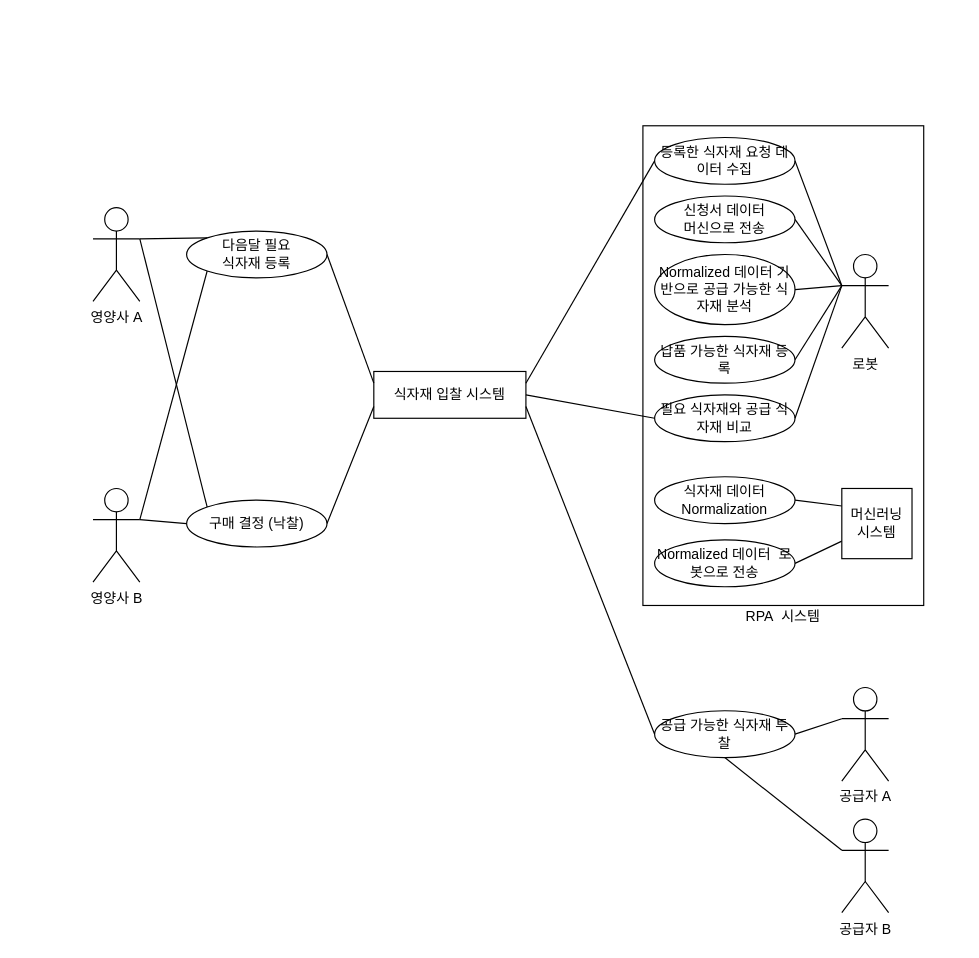
The draw.io diagram Capstone_Usecase.drawio in PARKJUHONG123/Capstone-Project-1, before the edit. Source tidied: cells renumbered, new cells numbered last; positions are measured from the earlier drawing's top-left corner, leaving out a move shared by most shapes. Both pictures are drawn from the tidied source at 117%, with x=0, y=0 at pixel (92, 125).
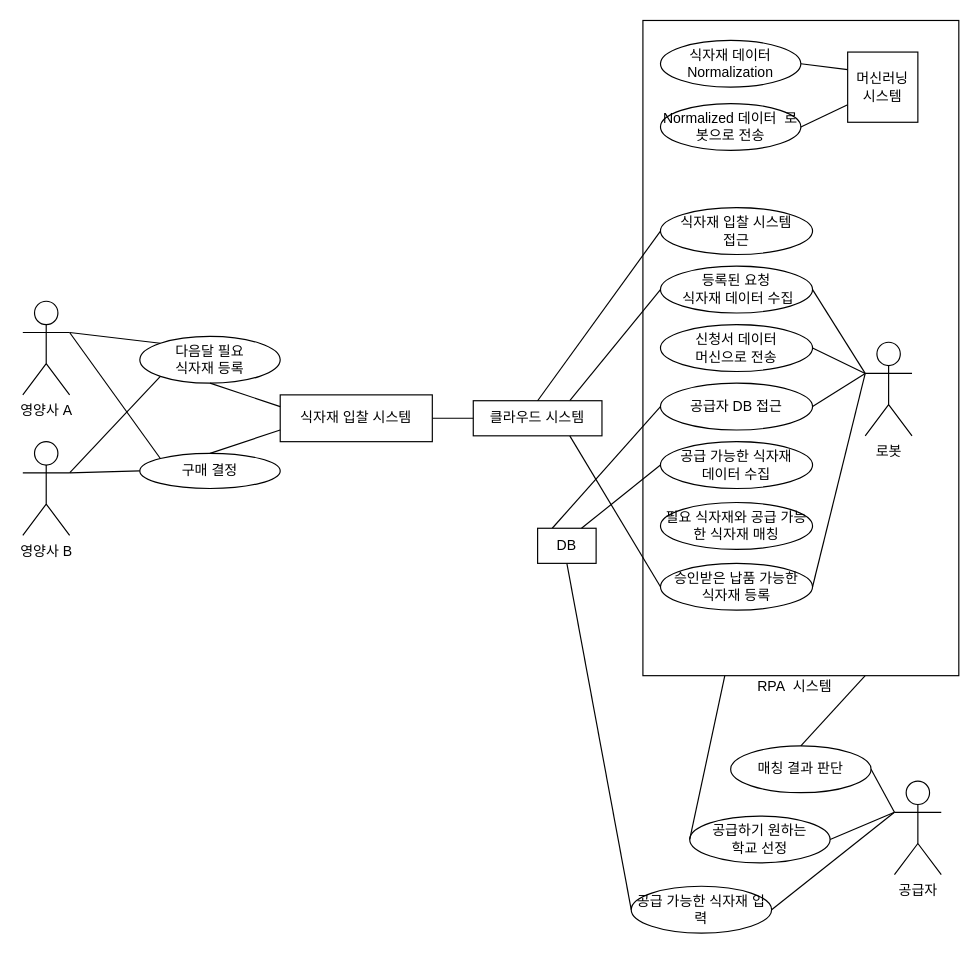
After the change.

The edit, as a diff of the source:
```diff
@@
     <mxCell id="2" style="rounded=0;whiteSpace=wrap;html=1;" parent="1" vertex="1">
-      <mxGeometry x="470" width="240" height="410" as="geometry" />
+      <mxGeometry x="470" y="-90" width="270" height="560" as="geometry" />
     </mxCell>
     <mxCell id="3" value="영양사 B" style="shape=umlActor;verticalLabelPosition=bottom;labelBackgroundColor=#ffffff;verticalAlign=top;html=1;outlineConnect=0;" parent="1" vertex="1">
-      <mxGeometry y="310" width="40" height="80" as="geometry" />
+      <mxGeometry x="-60" y="270" width="40" height="80" as="geometry" />
     </mxCell>
     <mxCell id="4" value="식자재 입찰 시스템" style="rounded=0;whiteSpace=wrap;html=1;" parent="1" vertex="1">
-      <mxGeometry x="240" y="210" width="130" height="40" as="geometry" />
+      <mxGeometry x="160" y="230" width="130" height="40" as="geometry" />
     </mxCell>
-    <mxCell id="5" value="납품 가능한 식자재 등록" style="ellipse;whiteSpace=wrap;html=1;" parent="1" vertex="1">
-      <mxGeometry x="480" y="180" width="120" height="40" as="geometry" />
+    <mxCell id="5" value="승인받은 납품 가능한 &lt;br&gt;식자재 등록" style="ellipse;whiteSpace=wrap;html=1;" parent="1" vertex="1">
+      <mxGeometry x="485" y="374" width="130" height="40" as="geometry" />
     </mxCell>
     <mxCell id="6" value="Normalized 데이터&amp;nbsp; 로봇으로 전송" style="ellipse;whiteSpace=wrap;html=1;" parent="1" vertex="1">
-      <mxGeometry x="480" y="354" width="120" height="40" as="geometry" />
+      <mxGeometry x="485" y="-19" width="120" height="40" as="geometry" />
     </mxCell>
-    <mxCell id="7" value="등록한 식자재 요청 데이터 수집" style="ellipse;whiteSpace=wrap;html=1;" parent="1" vertex="1">
-      <mxGeometry x="480" y="10" width="120" height="40" as="geometry" />
+    <mxCell id="7" value="등록된 요청&lt;br&gt;&amp;nbsp;식자재 데이터 수집" style="ellipse;whiteSpace=wrap;html=1;" parent="1" vertex="1">
+      <mxGeometry x="485" y="120" width="130" height="40" as="geometry" />
     </mxCell>
     <mxCell id="8" value="식자재 데이터Normalization" style="ellipse;whiteSpace=wrap;html=1;" parent="1" vertex="1">
-      <mxGeometry x="480" y="300" width="120" height="40" as="geometry" />
+      <mxGeometry x="485" y="-73" width="120" height="40" as="geometry" />
     </mxCell>
     <mxCell id="9" value="다음달 필요&lt;br&gt;식자재 등록" style="ellipse;whiteSpace=wrap;html=1;" parent="1" vertex="1">
-      <mxGeometry x="80" y="90" width="120" height="40" as="geometry" />
+      <mxGeometry x="40" y="180" width="120" height="40" as="geometry" />
     </mxCell>
@@
     <mxCell id="11" value="영양사 A" style="shape=umlActor;verticalLabelPosition=bottom;labelBackgroundColor=#ffffff;verticalAlign=top;html=1;outlineConnect=0;" parent="1" vertex="1">
-      <mxGeometry y="70" width="40" height="80" as="geometry" />
+      <mxGeometry x="-60" y="150" width="40" height="80" as="geometry" />
     </mxCell>
@@
     <mxCell id="13" value="로봇" style="shape=umlActor;verticalLabelPosition=bottom;labelBackgroundColor=#ffffff;verticalAlign=top;html=1;outlineConnect=0;" parent="1" vertex="1">
-      <mxGeometry x="640" y="110" width="40" height="80" as="geometry" />
+      <mxGeometry x="660" y="185" width="40" height="80" as="geometry" />
     </mxCell>
@@
-    <mxCell id="18" value="공급자 A" style="shape=umlActor;verticalLabelPosition=bottom;labelBackgroundColor=#ffffff;verticalAlign=top;html=1;outlineConnect=0;" parent="1" vertex="1">
-      <mxGeometry x="640" y="480.1" width="40" height="80" as="geometry" />
+    <mxCell id="18" value="공급자" style="shape=umlActor;verticalLabelPosition=bottom;labelBackgroundColor=#ffffff;verticalAlign=top;html=1;outlineConnect=0;" parent="1" vertex="1">
+      <mxGeometry x="685" y="560.1" width="40" height="80" as="geometry" />
     </mxCell>
-    <mxCell id="19" value="공급 가능한 식자재 투찰" style="ellipse;whiteSpace=wrap;html=1;" parent="1" vertex="1">
-      <mxGeometry x="480" y="500" width="120" height="40" as="geometry" />
+    <mxCell id="19" value="공급 가능한 식자재 입력" style="ellipse;whiteSpace=wrap;html=1;" parent="1" vertex="1">
+      <mxGeometry x="460" y="650" width="120" height="40" as="geometry" />
     </mxCell>
     <mxCell id="20" value="신청서 데이터&lt;br&gt;머신으로 전송" style="ellipse;whiteSpace=wrap;html=1;" parent="1" vertex="1">
-      <mxGeometry x="480" y="60" width="120" height="40" as="geometry" />
+      <mxGeometry x="485" y="170" width="130" height="40" as="geometry" />
     </mxCell>
@@
-    <mxCell id="22" style="endArrow=none;html=1;exitX=1;exitY=0.5;exitDx=0;exitDy=0;entryX=0;entryY=0.25;entryDx=0;entryDy=0;" parent="1" edge="1" source="9" target="4">
+    <mxCell id="22" style="endArrow=none;html=1;exitX=0.5;exitY=1;exitDx=0;exitDy=0;entryX=0;entryY=0.25;entryDx=0;entryDy=0;" parent="1" edge="1" source="9" target="4">
       <mxGeometry relative="1" as="geometry" />
     </mxCell>
-    <mxCell id="23" style="endArrow=none;html=1;exitX=1;exitY=0.25;exitDx=0;exitDy=0;entryX=0;entryY=0.5;entryDx=0;entryDy=0;" parent="1" edge="1" source="4" target="7">
+    <mxCell id="23" style="endArrow=none;html=1;exitX=0.75;exitY=0;exitDx=0;exitDy=0;entryX=0;entryY=0.5;entryDx=0;entryDy=0;" parent="1" edge="1" source="42" target="7">
       <mxGeometry relative="1" as="geometry" />
     </mxCell>
-    <mxCell id="24" value="Normalized 데이터 기반으로 공급 가능한 식자재 분석" style="ellipse;whiteSpace=wrap;html=1;" parent="1" vertex="1">
-      <mxGeometry x="480" y="110" width="120" height="60" as="geometry" />
-    </mxCell>
-    <mxCell id="25" style="endArrow=none;html=1;entryX=0;entryY=0.3333333333333333;entryDx=0;entryDy=0;exitX=1;exitY=0.5;exitDx=0;exitDy=0;entryPerimeter=0;" parent="1" edge="1" source="24" target="13">
-      <mxGeometry relative="1" as="geometry" />
-    </mxCell>
-    <mxCell id="26" style="endArrow=none;html=1;exitX=1;exitY=0.5;exitDx=0;exitDy=0;entryX=0;entryY=0.5;entryDx=0;entryDy=0;" parent="1" edge="1" source="4" target="37">
+    <mxCell id="26" style="endArrow=none;html=1;exitX=0.25;exitY=0;exitDx=0;exitDy=0;entryX=0;entryY=0.5;entryDx=0;entryDy=0;" parent="1" edge="1" source="41" target="37">
       <mxGeometry relative="1" as="geometry" />
     </mxCell>
@@
-    <mxCell id="28" value="구매 결정 (낙찰)" style="ellipse;whiteSpace=wrap;html=1;" parent="1" vertex="1">
-      <mxGeometry x="80" y="320" width="120" height="40" as="geometry" />
+    <mxCell id="28" value="구매 결정" style="ellipse;whiteSpace=wrap;html=1;" parent="1" vertex="1">
+      <mxGeometry x="40" y="280" width="120" height="30" as="geometry" />
     </mxCell>
@@
-    <mxCell id="31" style="endArrow=none;html=1;entryX=0;entryY=0.75;entryDx=0;entryDy=0;exitX=1;exitY=0.5;exitDx=0;exitDy=0;" parent="1" edge="1" source="28" target="4">
+    <mxCell id="31" style="endArrow=none;html=1;entryX=0;entryY=0.75;entryDx=0;entryDy=0;exitX=0.5;exitY=0;exitDx=0;exitDy=0;" parent="1" edge="1" source="28" target="4">
       <mxGeometry relative="1" as="geometry" />
     </mxCell>
-    <mxCell id="32" style="endArrow=none;html=1;exitX=1;exitY=0.75;exitDx=0;exitDy=0;entryX=0;entryY=0.5;entryDx=0;entryDy=0;" parent="1" edge="1" source="4" target="19">
+    <mxCell id="32" style="endArrow=none;html=1;exitX=0.5;exitY=1;exitDx=0;exitDy=0;entryX=0;entryY=0.5;entryDx=0;entryDy=0;" parent="1" edge="1" source="41" target="19">
       <mxGeometry relative="1" as="geometry" />
     </mxCell>
-    <mxCell id="33" value="공급자 B" style="shape=umlActor;verticalLabelPosition=bottom;labelBackgroundColor=#ffffff;verticalAlign=top;html=1;outlineConnect=0;" parent="1" vertex="1">
-      <mxGeometry x="640" y="592.6" width="40" height="80" as="geometry" />
-    </mxCell>
-    <mxCell id="34" style="endArrow=none;html=1;exitX=0.5;exitY=1;exitDx=0;exitDy=0;entryX=0;entryY=0.3333333333333333;entryDx=0;entryDy=0;entryPerimeter=0;" parent="1" edge="1" source="19" target="33">
-      <mxGeometry relative="1" as="geometry" />
-    </mxCell>
     <mxCell id="35" value="RPA&amp;nbsp; 시스템" style="text;html=1;strokeColor=none;fillColor=none;align=center;verticalAlign=middle;whiteSpace=wrap;rounded=0;" parent="1" vertex="1">
-      <mxGeometry x="470" y="410" width="240" height="20" as="geometry" />
+      <mxGeometry x="480" y="470" width="240" height="20" as="geometry" />
     </mxCell>
     <mxCell id="36" value="머신러닝 시스템" style="rounded=0;whiteSpace=wrap;html=1;" parent="1" vertex="1">
-      <mxGeometry x="640" y="310" width="60" height="60" as="geometry" />
+      <mxGeometry x="645" y="-63" width="60" height="60" as="geometry" />
     </mxCell>
-    <mxCell id="37" value="필요 식자재와 공급 식자재 비교" style="ellipse;whiteSpace=wrap;html=1;" parent="1" vertex="1">
-      <mxGeometry x="480" y="230" width="120" height="40" as="geometry" />
+    <mxCell id="37" value="공급자 DB 접근" style="ellipse;whiteSpace=wrap;html=1;" parent="1" vertex="1">
+      <mxGeometry x="485" y="220" width="130" height="40" as="geometry" />
     </mxCell>
@@
+    <mxCell id="39" value="공급 가능한 식자재 &lt;br&gt;데이터 수집" style="ellipse;whiteSpace=wrap;html=1;" parent="1" vertex="1">
+      <mxGeometry x="485" y="270" width="130" height="40" as="geometry" />
+    </mxCell>
+    <mxCell id="40" value="식자재 입찰 시스템 &lt;br&gt;접근" style="ellipse;whiteSpace=wrap;html=1;" parent="1" vertex="1">
+      <mxGeometry x="485" y="70" width="130" height="40" as="geometry" />
+    </mxCell>
+    <mxCell id="41" value="DB" style="rounded=0;whiteSpace=wrap;html=1;" parent="1" vertex="1">
+      <mxGeometry x="380" y="344" width="50" height="30" as="geometry" />
+    </mxCell>
+    <mxCell id="42" value="클라우드 시스템" style="rounded=0;whiteSpace=wrap;html=1;" parent="1" vertex="1">
+      <mxGeometry x="325" y="235" width="110" height="30" as="geometry" />
+    </mxCell>
+    <mxCell id="43" style="endArrow=none;html=1;exitX=0.75;exitY=1;exitDx=0;exitDy=0;entryX=0;entryY=0.5;entryDx=0;entryDy=0;" parent="1" edge="1" source="42" target="5">
+      <mxGeometry relative="1" as="geometry" />
+    </mxCell>
+    <mxCell id="44" style="endArrow=none;html=1;exitX=1;exitY=0.5;exitDx=0;exitDy=0;entryX=0;entryY=0.5;entryDx=0;entryDy=0;" parent="1" edge="1" source="4" target="42">
+      <mxGeometry relative="1" as="geometry" />
+    </mxCell>
+    <mxCell id="45" value="필요 식자재와 공급 가능한 식자재 매칭" style="ellipse;whiteSpace=wrap;html=1;" parent="1" vertex="1">
+      <mxGeometry x="485" y="322" width="130" height="40" as="geometry" />
+    </mxCell>
+    <mxCell id="46" style="endArrow=none;html=1;exitX=0.5;exitY=0;exitDx=0;exitDy=0;entryX=0;entryY=0.5;entryDx=0;entryDy=0;" parent="1" edge="1" source="42" target="40">
+      <mxGeometry relative="1" as="geometry" />
+    </mxCell>
+    <mxCell id="47" value="매칭 결과 판단" style="ellipse;whiteSpace=wrap;html=1;" parent="1" vertex="1">
+      <mxGeometry x="545" y="530" width="120" height="40" as="geometry" />
+    </mxCell>
+    <mxCell id="48" style="endArrow=none;html=1;exitX=0.75;exitY=0;exitDx=0;exitDy=0;entryX=0.5;entryY=0;entryDx=0;entryDy=0;" parent="1" edge="1" source="35" target="47">
+      <mxGeometry relative="1" as="geometry" />
+    </mxCell>
+    <mxCell id="49" style="endArrow=none;html=1;exitX=1;exitY=0.5;exitDx=0;exitDy=0;entryX=0;entryY=0.3333333333333333;entryDx=0;entryDy=0;entryPerimeter=0;" parent="1" edge="1" source="47" target="18">
+      <mxGeometry relative="1" as="geometry" />
+    </mxCell>
+    <mxCell id="50" style="endArrow=none;html=1;exitX=0.75;exitY=0;exitDx=0;exitDy=0;entryX=0;entryY=0.5;entryDx=0;entryDy=0;" parent="1" edge="1" source="41" target="39">
+      <mxGeometry relative="1" as="geometry" />
+    </mxCell>
+    <mxCell id="51" value="공급하기 원하는 &lt;br&gt;학교 선정" style="ellipse;whiteSpace=wrap;html=1;" parent="1" vertex="1">
+      <mxGeometry x="510" y="590" width="120" height="40" as="geometry" />
+    </mxCell>
+    <mxCell id="52" style="endArrow=none;html=1;entryX=0;entryY=0.3333333333333333;entryDx=0;entryDy=0;entryPerimeter=0;exitX=1;exitY=0.5;exitDx=0;exitDy=0;" parent="1" edge="1" source="51" target="18">
+      <mxGeometry relative="1" as="geometry" />
+    </mxCell>
+    <mxCell id="53" style="endArrow=none;html=1;entryX=0;entryY=0.5;entryDx=0;entryDy=0;" parent="1" edge="1" target="51">
+      <mxGeometry relative="1" as="geometry">
+        <mxPoint x="540" y="470" as="sourcePoint" />
+      </mxGeometry>
+    </mxCell>
```
